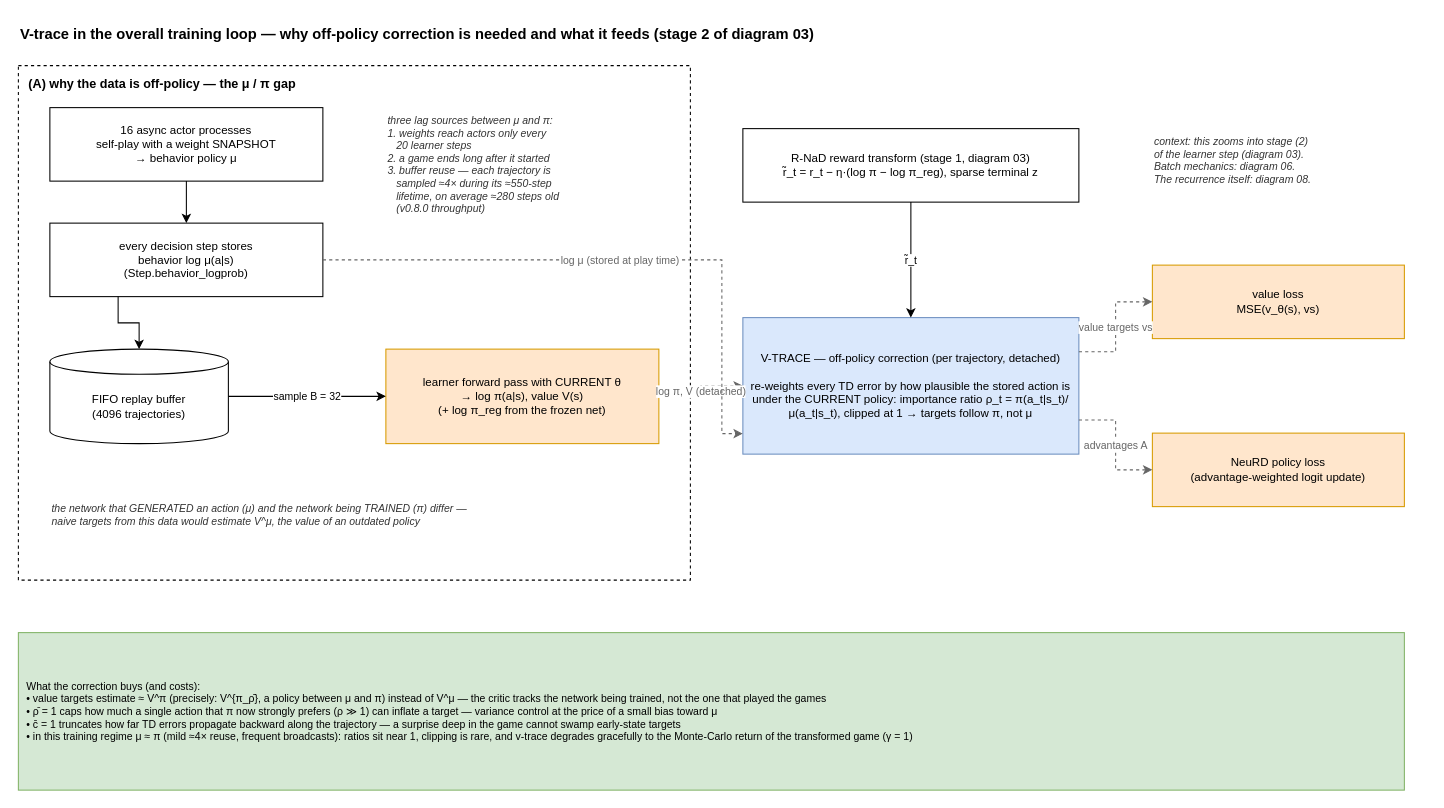
This is docs/diagrams/07-vtrace-in-context.drawio from TristanBandat/deepnash-rbc, a draw.io file, before an edit. Source tidied: cells renumbered, new cells numbered last; positions are measured from the earlier drawing's top-left corner, leaving out a move shared by most shapes. Both pictures are drawn from the tidied source at 105%, with x=0, y=0 at pixel (18, 18).
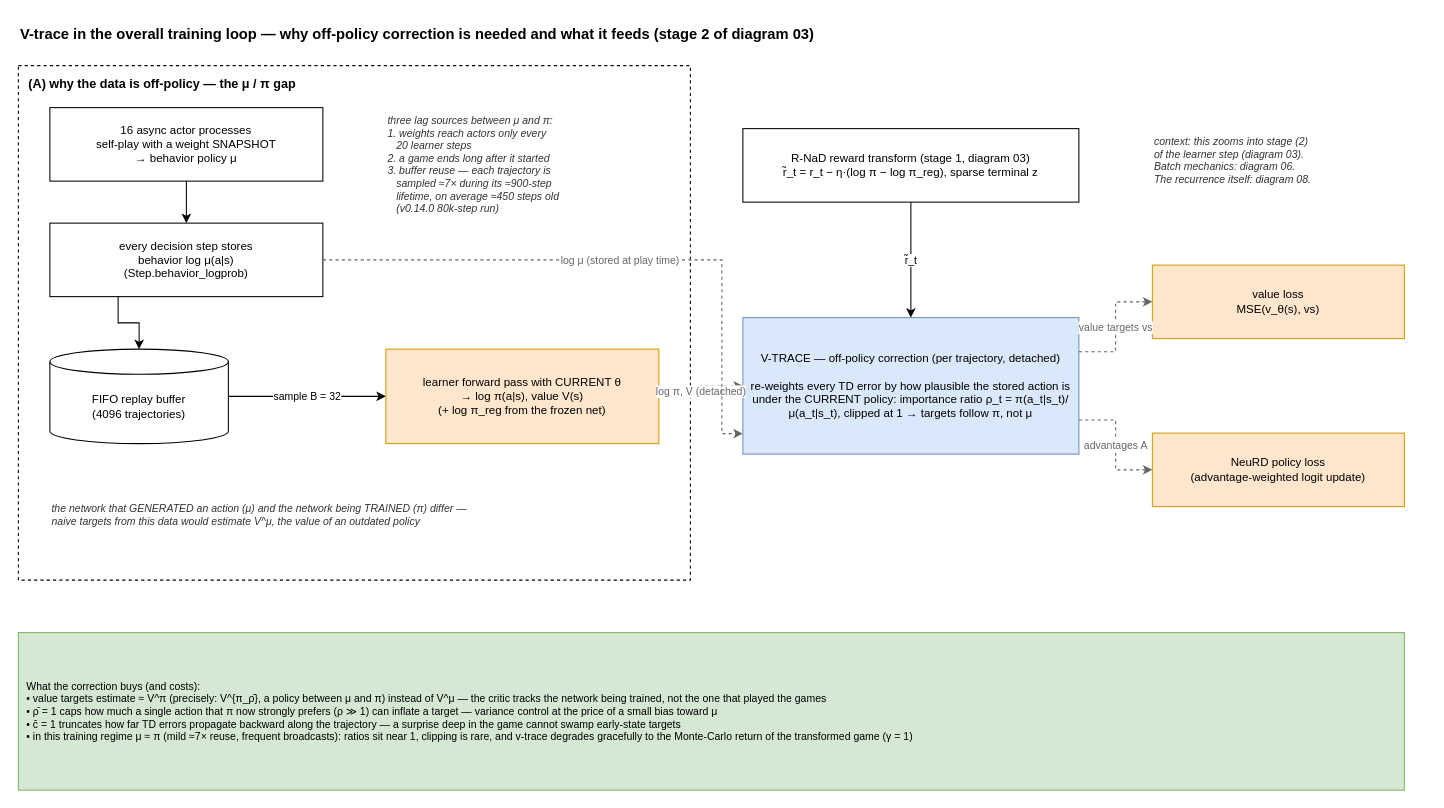
Above is the later version.

Diff of the diagram source:
```diff
@@
-    <mxCell id="8" value="three lag sources between μ and π:&lt;br&gt;1. weights reach actors only every&lt;br&gt;&amp;nbsp;&amp;nbsp;&amp;nbsp;20 learner steps&lt;br&gt;2. a game ends long after it started&lt;br&gt;3. buffer reuse — each trajectory is&lt;br&gt;&amp;nbsp;&amp;nbsp;&amp;nbsp;sampled ≈4× during its ≈550-step&lt;br&gt;&amp;nbsp;&amp;nbsp;&amp;nbsp;lifetime, on average ≈280 steps old&lt;br&gt;&amp;nbsp;&amp;nbsp;&amp;nbsp;(v0.8.0 throughput)" style="text;html=1;align=left;verticalAlign=top;fontSize=10;fontStyle=2;fontColor=#333333;" parent="1" vertex="1">
+    <mxCell id="8" value="three lag sources between μ and π:&lt;br&gt;1. weights reach actors only every&lt;br&gt;&amp;nbsp;&amp;nbsp;&amp;nbsp;20 learner steps&lt;br&gt;2. a game ends long after it started&lt;br&gt;3. buffer reuse — each trajectory is&lt;br&gt;&amp;nbsp;&amp;nbsp;&amp;nbsp;sampled ≈7× during its ≈900-step&lt;br&gt;&amp;nbsp;&amp;nbsp;&amp;nbsp;lifetime, on average ≈450 steps old&lt;br&gt;&amp;nbsp;&amp;nbsp;&amp;nbsp;(v0.14.0 80k-step run)" style="text;html=1;align=left;verticalAlign=top;fontSize=10;fontStyle=2;fontColor=#333333;" parent="1" vertex="1">
       <mxGeometry x="350" y="85" width="270" height="190" as="geometry" />
     </mxCell>
@@
-    <mxCell id="15" value="What the correction buys (and costs):&lt;br&gt;• value targets estimate ≈ V^π (precisely: V^{π_ρ̄}, a policy between μ and π) instead of V^μ — the critic tracks the network being trained, not the one that played the games&lt;br&gt;• ρ̄ = 1 caps how much a single action that π now strongly prefers (ρ ≫ 1) can inflate a target — variance control at the price of a small bias toward μ&lt;br&gt;• c̄ = 1 truncates how far TD errors propagate backward along the trajectory — a surprise deep in the game cannot swamp early-state targets&lt;br&gt;• in this training regime μ ≈ π (mild ≈4× reuse, frequent broadcasts): ratios sit near 1, clipping is rare, and v-trace degrades gracefully to the Monte-Carlo return of the transformed game (γ = 1)" style="rounded=0;whiteSpace=wrap;html=1;fillColor=#D5E8D4;strokeColor=#82B366;fontSize=10;align=left;spacing=8;" parent="1" vertex="1">
+    <mxCell id="15" value="What the correction buys (and costs):&lt;br&gt;• value targets estimate ≈ V^π (precisely: V^{π_ρ̄}, a policy between μ and π) instead of V^μ — the critic tracks the network being trained, not the one that played the games&lt;br&gt;• ρ̄ = 1 caps how much a single action that π now strongly prefers (ρ ≫ 1) can inflate a target — variance control at the price of a small bias toward μ&lt;br&gt;• c̄ = 1 truncates how far TD errors propagate backward along the trajectory — a surprise deep in the game cannot swamp early-state targets&lt;br&gt;• in this training regime μ ≈ π (mild ≈7× reuse, frequent broadcasts): ratios sit near 1, clipping is rare, and v-trace degrades gracefully to the Monte-Carlo return of the transformed game (γ = 1)" style="rounded=0;whiteSpace=wrap;html=1;fillColor=#D5E8D4;strokeColor=#82B366;fontSize=10;align=left;spacing=8;" parent="1" vertex="1">
       <mxGeometry y="585" width="1320" height="150" as="geometry" />
     </mxCell>
```
